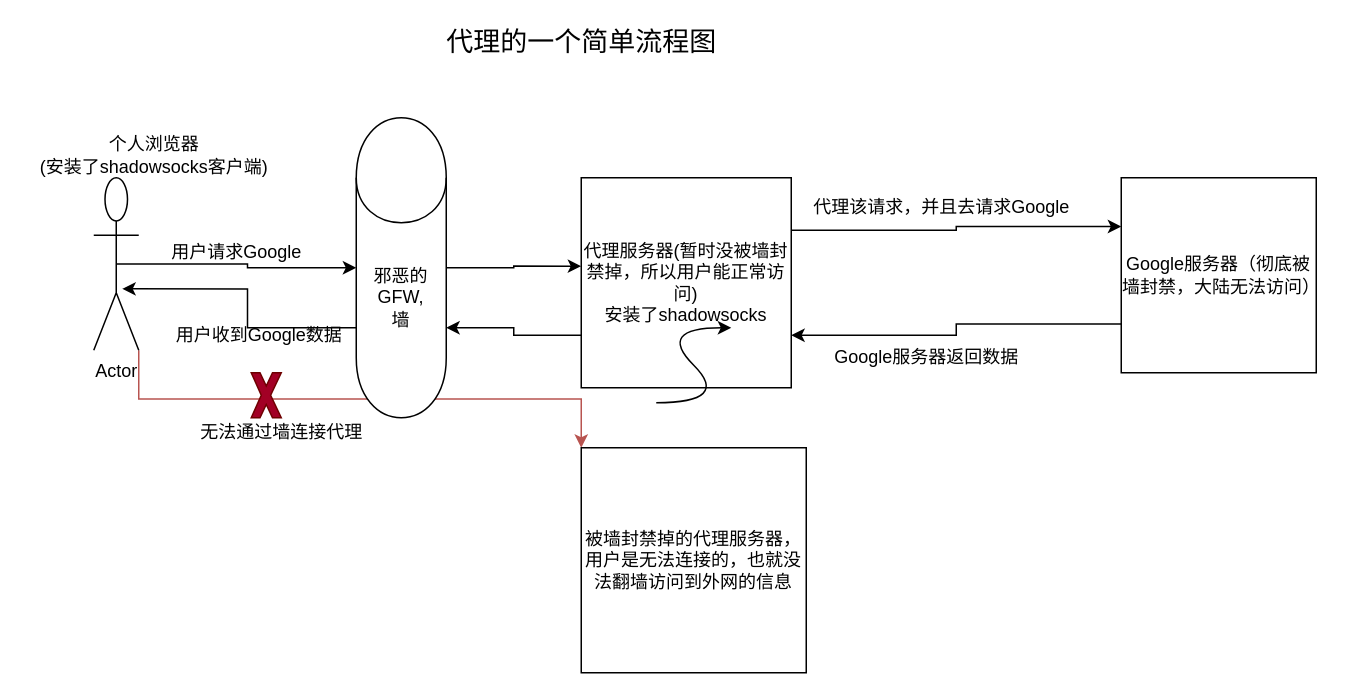
LJJ1994/movie keeps this draw.io diagram as Untitled Diagram.drawio. Above is the earlier version. Source tidied: cells renumbered, new cells numbered last; positions are measured from the earlier drawing's top-left corner, leaving out a move shared by most shapes. Both pictures are drawn from the tidied source at 150%, with x=0, y=0 at pixel (26, 27).
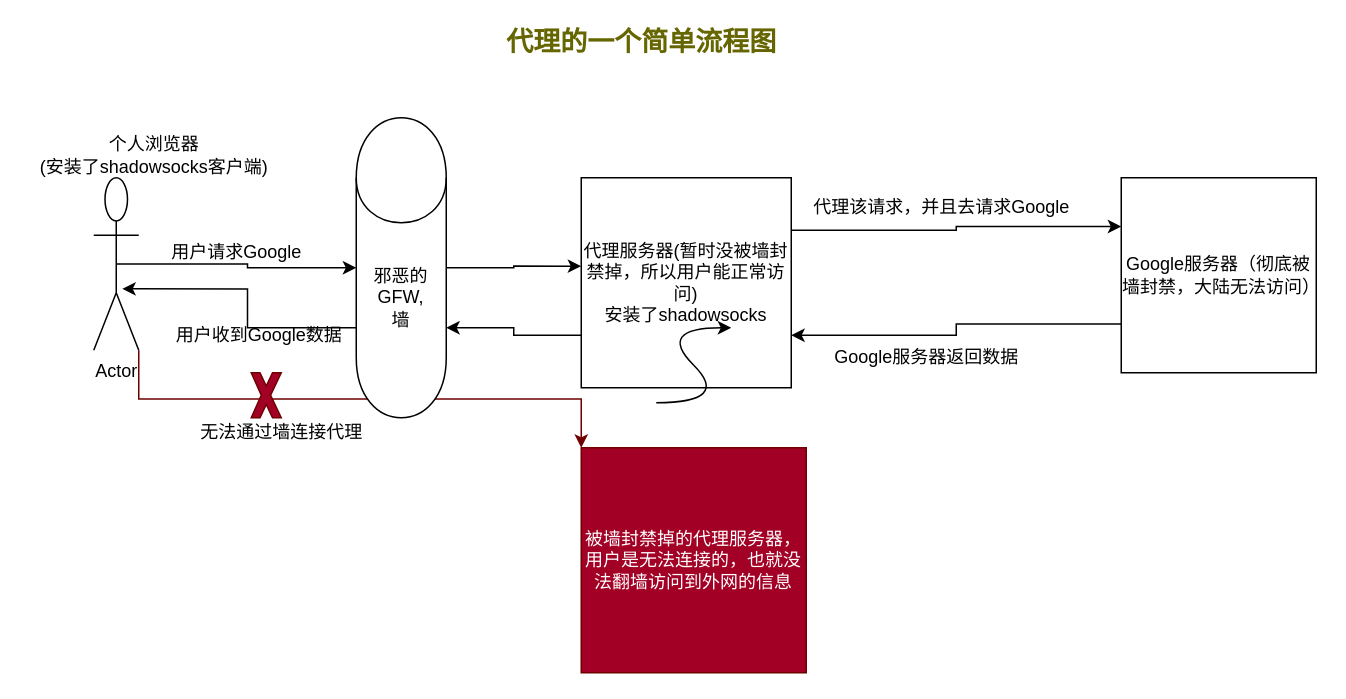
The same diagram, later.

The change refers to these unchanged cells:
```xml
<mxCell id="4" value="Actor" style="shape=umlActor;verticalLabelPosition=bottom;verticalAlign=top;html=1;outlineConnect=0;" parent="1" vertex="1">
  <mxGeometry x="45" y="100" width="30" height="115" as="geometry" />
</mxCell>
```

Change to the diagram source:
```diff
@@
-    <mxCell id="3" style="edgeStyle=orthogonalEdgeStyle;rounded=0;jettySize=auto;html=1;exitX=1;exitY=1;exitDx=0;exitDy=0;exitPerimeter=0;entryX=0;entryY=0;entryDx=0;entryDy=0;fillColor=#f8cecc;strokeColor=#b85450;" parent="1" edge="1" source="4" target="19">
+    <mxCell id="3" style="edgeStyle=orthogonalEdgeStyle;rounded=0;jettySize=auto;html=1;exitX=1;exitY=1;exitDx=0;exitDy=0;exitPerimeter=0;entryX=0;entryY=0;entryDx=0;entryDy=0;fillColor=#a20025;strokeColor=#6F0000;" parent="1" edge="1" source="4" target="19">
       <mxGeometry relative="1" as="geometry" />
     </mxCell>
@@
-    <mxCell id="18" value="&lt;font style=&quot;font-size: 18px&quot;&gt;代理的一个简单流程图&lt;/font&gt;" style="text;html=1;align=center;verticalAlign=middle;" parent="1" vertex="1">
-      <mxGeometry x="270" width="200" height="20" as="geometry" />
+    <mxCell id="18" value="&lt;font style=&quot;font-size: 18px&quot;&gt;代理的一个简单流程图&lt;/font&gt;" style="text;html=1;align=center;verticalAlign=middle;fontColor=#666600;fontStyle=1;" parent="1" vertex="1">
+      <mxGeometry x="310" width="200" height="20" as="geometry" />
     </mxCell>
-    <mxCell id="19" value="被墙封禁掉的代理服务器，&lt;br&gt;用户是无法连接的，也就没法翻墙访问到外网的信息" style="whiteSpace=wrap;html=1;" parent="1" vertex="1">
+    <mxCell id="19" value="被墙封禁掉的代理服务器，&lt;br&gt;用户是无法连接的，也就没法翻墙访问到外网的信息" style="whiteSpace=wrap;html=1;fillColor=#a20025;strokeColor=#6F0000;fontColor=#ffffff;" parent="1" vertex="1">
       <mxGeometry x="370" y="280" width="150" height="150" as="geometry" />
     </mxCell>
```
